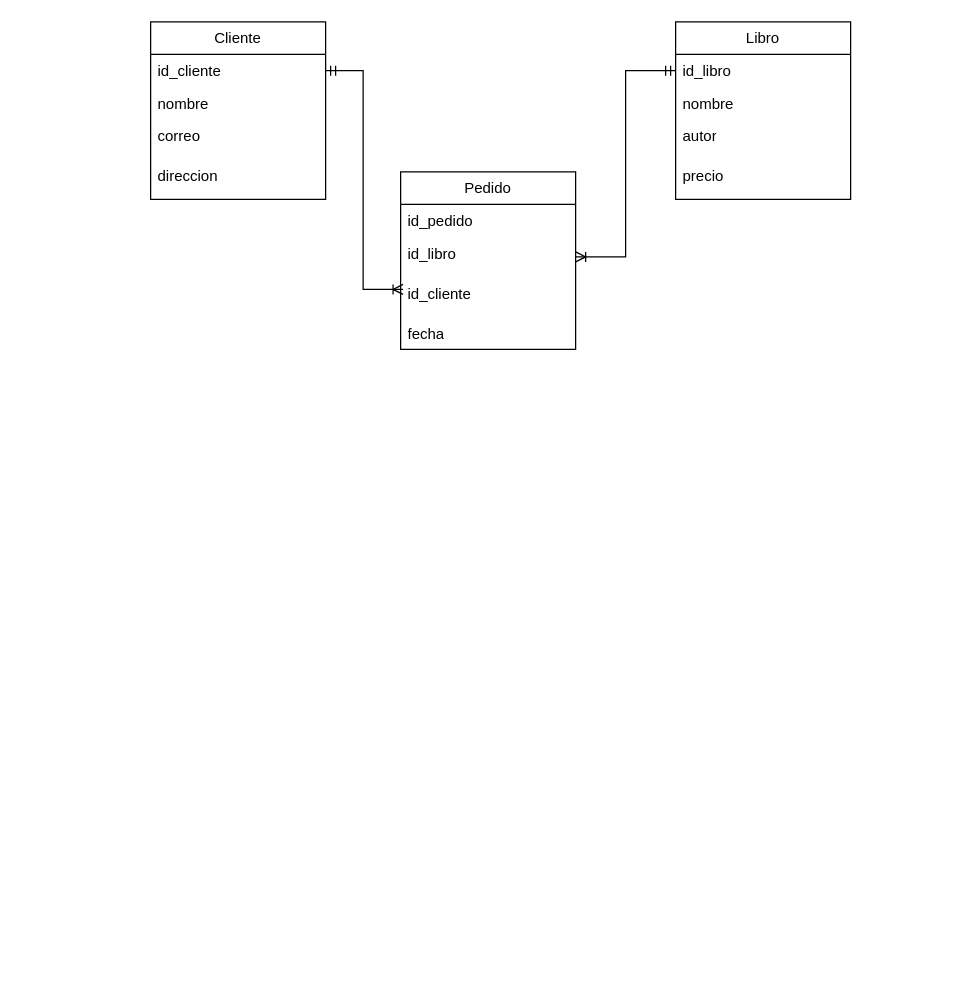
CiscoFsociety23/diagramas keeps this draw.io diagram as actividad_2-1.drawio. Above is the earlier version. Source tidied: cells renumbered, new cells numbered last; positions are measured from the earlier drawing's top-left corner, leaving out a move shared by most shapes. Both pictures are drawn from the tidied source at 125%, with x=0, y=0 at pixel (150, 21).
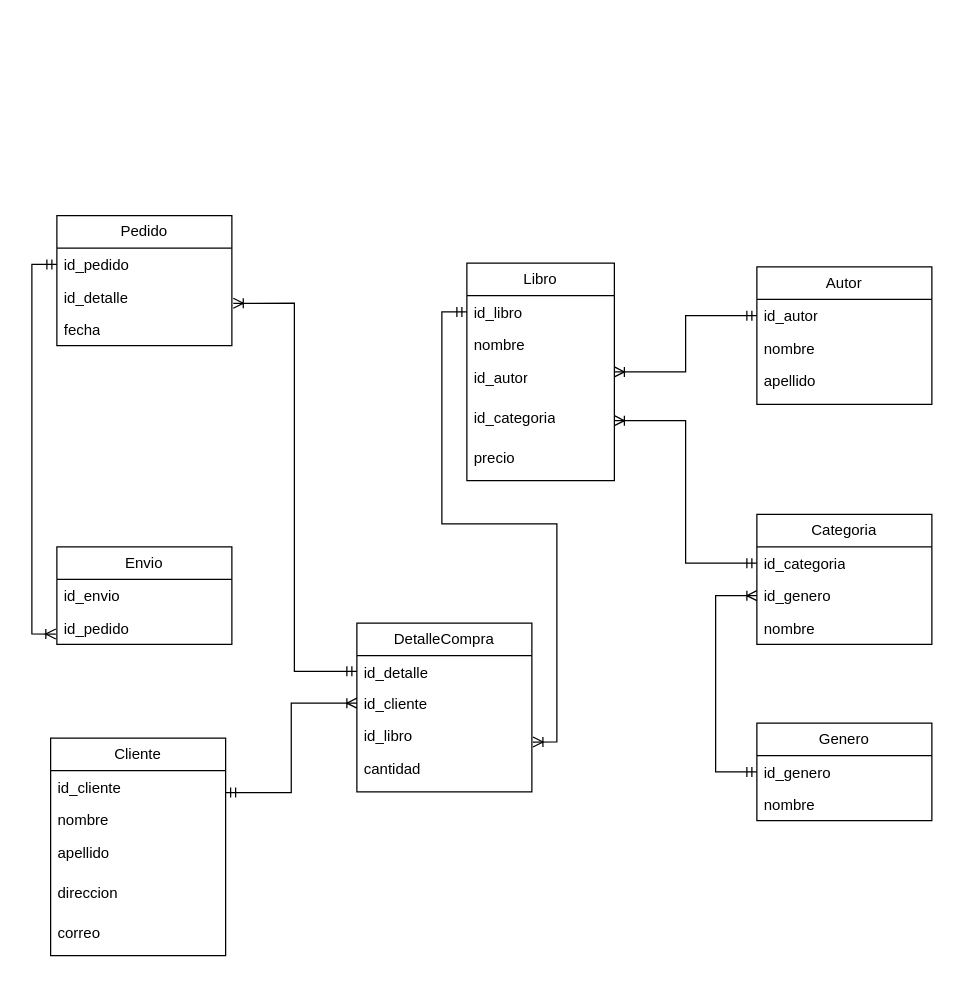
After the change.

Unchanged cells that the change refers to:
```xml
<mxCell id="3" value="id_cliente" style="text;strokeColor=none;fillColor=none;align=left;verticalAlign=top;spacingLeft=4;spacingRight=4;overflow=hidden;points=[[0,0.5],[1,0.5]];portConstraint=eastwest;whiteSpace=wrap;html=1;" parent="2" vertex="1">
  <mxGeometry y="26" width="140" height="26" as="geometry" />
</mxCell>
<mxCell id="13" value="id_pedido" style="text;strokeColor=none;fillColor=none;align=left;verticalAlign=top;spacingLeft=4;spacingRight=4;overflow=hidden;points=[[0,0.5],[1,0.5]];portConstraint=eastwest;whiteSpace=wrap;html=1;" parent="12" vertex="1">
  <mxGeometry y="26" width="140" height="26" as="geometry" />
</mxCell>
```

Diff of the diagram source:
```diff
@@
     <mxCell id="2" value="Cliente" style="swimlane;fontStyle=0;horizontal=1;startSize=26;fillColor=none;whiteSpace=wrap;html=1;" parent="1" vertex="1">
-      <mxGeometry width="140" height="142" as="geometry" />
+      <mxGeometry x="-80" y="573" width="140" height="174" as="geometry" />
     </mxCell>
@@
+    <mxCell id="19" value="apellido" style="text;strokeColor=none;fillColor=none;align=left;verticalAlign=top;spacingLeft=4;spacingRight=4;overflow=hidden;whiteSpace=wrap;html=1;" parent="2" vertex="1">
+      <mxGeometry y="78" width="140" height="32" as="geometry" />
+    </mxCell>
+    <mxCell id="6" value="direccion" style="text;strokeColor=none;fillColor=none;align=left;verticalAlign=top;spacingLeft=4;spacingRight=4;overflow=hidden;whiteSpace=wrap;html=1;" parent="2" vertex="1">
+      <mxGeometry y="110" width="140" height="32" as="geometry" />
+    </mxCell>
     <mxCell id="5" value="&lt;div&gt;correo&lt;/div&gt;" style="text;strokeColor=none;fillColor=none;align=left;verticalAlign=top;spacingLeft=4;spacingRight=4;overflow=hidden;whiteSpace=wrap;html=1;" parent="2" vertex="1">
-      <mxGeometry y="78" width="140" height="32" as="geometry" />
+      <mxGeometry y="142" width="140" height="32" as="geometry" />
     </mxCell>
-    <mxCell id="6" value="direccion" style="text;strokeColor=none;fillColor=none;align=left;verticalAlign=top;spacingLeft=4;spacingRight=4;overflow=hidden;whiteSpace=wrap;html=1;" parent="2" vertex="1">
-      <mxGeometry y="110" width="140" height="32" as="geometry" />
-    </mxCell>
+    <mxCell id="20" style="edgeStyle=orthogonalEdgeStyle;rounded=0;jettySize=auto;html=1;entryX=0;entryY=0.5;entryDx=0;entryDy=0;endArrow=ERmandOne;endFill=0;startArrow=ERoneToMany;startFill=0;" parent="1" edge="1" source="7" target="24">
+      <mxGeometry relative="1" as="geometry" />
+    </mxCell>
     <mxCell id="7" value="Libro" style="swimlane;fontStyle=0;horizontal=1;startSize=26;fillColor=none;whiteSpace=wrap;html=1;" parent="1" vertex="1">
-      <mxGeometry x="420" width="140" height="142" as="geometry" />
+      <mxGeometry x="253" y="193" width="118" height="174" as="geometry" />
     </mxCell>
     <mxCell id="8" value="id_libro" style="text;strokeColor=none;fillColor=none;align=left;verticalAlign=top;spacingLeft=4;spacingRight=4;overflow=hidden;points=[[0,0.5],[1,0.5]];portConstraint=eastwest;whiteSpace=wrap;html=1;" parent="7" vertex="1">
-      <mxGeometry y="26" width="140" height="26" as="geometry" />
+      <mxGeometry y="26" width="118" height="26" as="geometry" />
     </mxCell>
     <mxCell id="9" value="nombre" style="text;strokeColor=none;fillColor=none;align=left;verticalAlign=top;spacingLeft=4;spacingRight=4;overflow=hidden;whiteSpace=wrap;html=1;" parent="7" vertex="1">
-      <mxGeometry y="52" width="140" height="26" as="geometry" />
+      <mxGeometry y="52" width="118" height="26" as="geometry" />
     </mxCell>
-    <mxCell id="10" value="autor" style="text;strokeColor=none;fillColor=none;align=left;verticalAlign=top;spacingLeft=4;spacingRight=4;overflow=hidden;whiteSpace=wrap;html=1;" parent="7" vertex="1">
-      <mxGeometry y="78" width="140" height="32" as="geometry" />
+    <mxCell id="10" value="id_autor" style="text;strokeColor=none;fillColor=none;align=left;verticalAlign=top;spacingLeft=4;spacingRight=4;overflow=hidden;whiteSpace=wrap;html=1;" parent="7" vertex="1">
+      <mxGeometry y="78" width="118" height="32" as="geometry" />
     </mxCell>
-    <mxCell id="11" value="precio" style="text;strokeColor=none;fillColor=none;align=left;verticalAlign=top;spacingLeft=4;spacingRight=4;overflow=hidden;points=[[0,0.5],[1,0.5]];portConstraint=eastwest;whiteSpace=wrap;html=1;" parent="7" vertex="1">
-      <mxGeometry y="110" width="140" height="32" as="geometry" />
+    <mxCell id="11" value="id_categoria" style="text;strokeColor=none;fillColor=none;align=left;verticalAlign=top;spacingLeft=4;spacingRight=4;overflow=hidden;points=[[0,0.5],[1,0.5]];portConstraint=eastwest;whiteSpace=wrap;html=1;" parent="7" vertex="1">
+      <mxGeometry y="110" width="118" height="32" as="geometry" />
     </mxCell>
+    <mxCell id="21" value="precio" style="text;strokeColor=none;fillColor=none;align=left;verticalAlign=top;spacingLeft=4;spacingRight=4;overflow=hidden;whiteSpace=wrap;html=1;" parent="7" vertex="1">
+      <mxGeometry y="142" width="118" height="32" as="geometry" />
+    </mxCell>
     <mxCell id="12" value="Pedido" style="swimlane;fontStyle=0;horizontal=1;startSize=26;fillColor=none;whiteSpace=wrap;html=1;" parent="1" vertex="1">
-      <mxGeometry x="200" y="120" width="140" height="142" as="geometry" />
+      <mxGeometry x="-75" y="155" width="140" height="104" as="geometry" />
     </mxCell>
@@
+    <mxCell id="22" value="id_detalle" style="text;strokeColor=none;fillColor=none;align=left;verticalAlign=top;spacingLeft=4;spacingRight=4;overflow=hidden;points=[[0,0.5],[1,0.5]];portConstraint=eastwest;whiteSpace=wrap;html=1;" parent="12" vertex="1">
+      <mxGeometry y="52" width="140" height="26" as="geometry" />
+    </mxCell>
+    <mxCell id="16" value="fecha" style="text;strokeColor=none;fillColor=none;align=left;verticalAlign=top;spacingLeft=4;spacingRight=4;overflow=hidden;whiteSpace=wrap;html=1;" parent="12" vertex="1">
+      <mxGeometry y="78" width="140" height="26" as="geometry" />
+    </mxCell>
+    <mxCell id="23" value="Autor" style="swimlane;fontStyle=0;horizontal=1;startSize=26;fillColor=none;whiteSpace=wrap;html=1;" parent="1" vertex="1">
+      <mxGeometry x="485" y="196" width="140" height="110" as="geometry" />
+    </mxCell>
+    <mxCell id="24" value="id_autor" style="text;strokeColor=none;fillColor=none;align=left;verticalAlign=top;spacingLeft=4;spacingRight=4;overflow=hidden;points=[[0,0.5],[1,0.5]];portConstraint=eastwest;whiteSpace=wrap;html=1;" parent="23" vertex="1">
+      <mxGeometry y="26" width="140" height="26" as="geometry" />
+    </mxCell>
+    <mxCell id="25" value="nombre" style="text;strokeColor=none;fillColor=none;align=left;verticalAlign=top;spacingLeft=4;spacingRight=4;overflow=hidden;whiteSpace=wrap;html=1;" parent="23" vertex="1">
+      <mxGeometry y="52" width="140" height="26" as="geometry" />
+    </mxCell>
+    <mxCell id="26" value="apellido" style="text;strokeColor=none;fillColor=none;align=left;verticalAlign=top;spacingLeft=4;spacingRight=4;overflow=hidden;whiteSpace=wrap;html=1;" parent="23" vertex="1">
+      <mxGeometry y="78" width="140" height="32" as="geometry" />
+    </mxCell>
+    <mxCell id="27" value="Categoria" style="swimlane;fontStyle=0;horizontal=1;startSize=26;fillColor=none;whiteSpace=wrap;html=1;" parent="1" vertex="1">
+      <mxGeometry x="485" y="394" width="140" height="104" as="geometry" />
+    </mxCell>
+    <mxCell id="28" value="id_categoria" style="text;strokeColor=none;fillColor=none;align=left;verticalAlign=top;spacingLeft=4;spacingRight=4;overflow=hidden;points=[[0,0.5],[1,0.5]];portConstraint=eastwest;whiteSpace=wrap;html=1;" parent="27" vertex="1">
+      <mxGeometry y="26" width="140" height="26" as="geometry" />
+    </mxCell>
+    <mxCell id="29" value="id_genero" style="text;strokeColor=none;fillColor=none;align=left;verticalAlign=top;spacingLeft=4;spacingRight=4;overflow=hidden;points=[[0,0.5],[1,0.5]];portConstraint=eastwest;whiteSpace=wrap;html=1;" parent="27" vertex="1">
+      <mxGeometry y="52" width="140" height="26" as="geometry" />
+    </mxCell>
+    <mxCell id="30" value="nombre" style="text;strokeColor=none;fillColor=none;align=left;verticalAlign=top;spacingLeft=4;spacingRight=4;overflow=hidden;whiteSpace=wrap;html=1;" parent="27" vertex="1">
+      <mxGeometry y="78" width="140" height="26" as="geometry" />
+    </mxCell>
+    <mxCell id="31" style="edgeStyle=orthogonalEdgeStyle;rounded=0;jettySize=auto;html=1;entryX=0;entryY=0.5;entryDx=0;entryDy=0;exitX=1;exitY=0.5;exitDx=0;exitDy=0;endArrow=ERmandOne;endFill=0;startArrow=ERoneToMany;startFill=0;" parent="1" edge="1" source="11" target="28">
+      <mxGeometry relative="1" as="geometry" />
+    </mxCell>
+    <mxCell id="32" value="Envio" style="swimlane;fontStyle=0;horizontal=1;startSize=26;fillColor=none;whiteSpace=wrap;html=1;" parent="1" vertex="1">
+      <mxGeometry x="-75" y="420" width="140" height="78" as="geometry" />
+    </mxCell>
+    <mxCell id="33" value="id_envio" style="text;strokeColor=none;fillColor=none;align=left;verticalAlign=top;spacingLeft=4;spacingRight=4;overflow=hidden;whiteSpace=wrap;html=1;" parent="32" vertex="1">
+      <mxGeometry y="26" width="140" height="26" as="geometry" />
+    </mxCell>
+    <mxCell id="34" value="id_pedido" style="text;strokeColor=none;fillColor=none;align=left;verticalAlign=top;spacingLeft=4;spacingRight=4;overflow=hidden;points=[[0,0.5],[1,0.5]];portConstraint=eastwest;whiteSpace=wrap;html=1;" parent="32" vertex="1">
+      <mxGeometry y="52" width="140" height="26" as="geometry" />
+    </mxCell>
+    <mxCell id="35" value="&lt;div&gt;DetalleCompra&lt;br&gt;&lt;/div&gt;" style="swimlane;fontStyle=0;horizontal=1;startSize=26;fillColor=none;whiteSpace=wrap;html=1;" parent="1" vertex="1">
+      <mxGeometry x="165" y="481" width="140" height="135" as="geometry" />
+    </mxCell>
+    <mxCell id="36" value="id_detalle" style="text;strokeColor=none;fillColor=none;align=left;verticalAlign=top;spacingLeft=4;spacingRight=4;overflow=hidden;points=[[0,0.5],[1,0.5]];portConstraint=eastwest;whiteSpace=wrap;html=1;" parent="35" vertex="1">
+      <mxGeometry y="26" width="140" height="25" as="geometry" />
+    </mxCell>
+    <mxCell id="15" value="id_cliente" style="text;strokeColor=none;fillColor=none;align=left;verticalAlign=top;spacingLeft=4;spacingRight=4;overflow=hidden;points=[[0,0.5],[1,0.5]];portConstraint=eastwest;whiteSpace=wrap;html=1;" parent="35" vertex="1">
+      <mxGeometry y="51" width="140" height="26" as="geometry" />
+    </mxCell>
-    <mxCell id="14" value="id_libro" style="text;strokeColor=none;fillColor=none;align=left;verticalAlign=top;spacingLeft=4;spacingRight=4;overflow=hidden;points=[[0,0.5],[1,0.5]];portConstraint=eastwest;whiteSpace=wrap;html=1;" parent="12" vertex="1">
-      <mxGeometry y="52" width="140" height="32" as="geometry" />
+    <mxCell id="14" value="id_libro" style="text;strokeColor=none;fillColor=none;align=left;verticalAlign=top;spacingLeft=4;spacingRight=4;overflow=hidden;points=[[0,0.5],[1,0.5]];portConstraint=eastwest;whiteSpace=wrap;html=1;" parent="35" vertex="1">
+      <mxGeometry y="77" width="140" height="26" as="geometry" />
     </mxCell>
-    <mxCell id="15" value="id_cliente" style="text;strokeColor=none;fillColor=none;align=left;verticalAlign=top;spacingLeft=4;spacingRight=4;overflow=hidden;points=[[0,0.5],[1,0.5]];portConstraint=eastwest;whiteSpace=wrap;html=1;" parent="12" vertex="1">
-      <mxGeometry y="84" width="140" height="32" as="geometry" />
-    </mxCell>
-    <mxCell id="16" value="fecha" style="text;strokeColor=none;fillColor=none;align=left;verticalAlign=top;spacingLeft=4;spacingRight=4;overflow=hidden;whiteSpace=wrap;html=1;" parent="12" vertex="1">
-      <mxGeometry y="116" width="140" height="26" as="geometry" />
-    </mxCell>
-    <mxCell id="17" style="edgeStyle=orthogonalEdgeStyle;rounded=0;jettySize=auto;html=1;entryX=0.014;entryY=0.313;entryDx=0;entryDy=0;entryPerimeter=0;exitX=1;exitY=0.5;exitDx=0;exitDy=0;endArrow=ERoneToMany;endFill=0;startArrow=ERmandOne;startFill=0;" parent="1" edge="1" source="3" target="15">
-      <mxGeometry relative="1" as="geometry" />
-    </mxCell>
+    <mxCell id="37" value="cantidad" style="text;strokeColor=none;fillColor=none;align=left;verticalAlign=top;spacingLeft=4;spacingRight=4;overflow=hidden;whiteSpace=wrap;html=1;" parent="35" vertex="1">
+      <mxGeometry y="103" width="140" height="32" as="geometry" />
+    </mxCell>
+    <mxCell id="38" style="edgeStyle=orthogonalEdgeStyle;rounded=0;jettySize=auto;html=1;entryX=1.008;entryY=0.698;entryDx=0;entryDy=0;entryPerimeter=0;endArrow=ERoneToMany;endFill=0;startArrow=ERmandOne;startFill=0;" parent="1" edge="1" source="36" target="22">
+      <mxGeometry relative="1" as="geometry" />
+    </mxCell>
-    <mxCell id="18" style="edgeStyle=orthogonalEdgeStyle;rounded=0;jettySize=auto;html=1;entryX=1;entryY=0.5;entryDx=0;entryDy=0;exitX=0;exitY=0.5;exitDx=0;exitDy=0;endArrow=ERoneToMany;endFill=0;startArrow=ERmandOne;startFill=0;" parent="1" edge="1" source="8" target="14">
+    <mxCell id="18" style="edgeStyle=orthogonalEdgeStyle;rounded=0;jettySize=auto;html=1;entryX=1.006;entryY=0.698;entryDx=0;entryDy=0;entryPerimeter=0;endArrow=ERoneToMany;endFill=0;startArrow=ERmandOne;startFill=0;" parent="1" edge="1" source="8" target="14">
       <mxGeometry relative="1" as="geometry" />
     </mxCell>
+    <mxCell id="39" style="edgeStyle=orthogonalEdgeStyle;rounded=0;jettySize=auto;html=1;entryX=1;entryY=0.25;entryDx=0;entryDy=0;endArrow=ERmandOne;endFill=0;startArrow=ERoneToMany;startFill=0;" parent="1" edge="1" source="15" target="2">
+      <mxGeometry relative="1" as="geometry" />
+    </mxCell>
+    <mxCell id="40" style="edgeStyle=orthogonalEdgeStyle;rounded=0;jettySize=auto;html=1;entryX=-0.006;entryY=0.681;entryDx=0;entryDy=0;entryPerimeter=0;endArrow=ERoneToMany;endFill=0;startArrow=ERmandOne;startFill=0;" parent="1" edge="1" source="13" target="34">
+      <mxGeometry relative="1" as="geometry" />
+    </mxCell>
+    <mxCell id="41" value="Genero" style="swimlane;fontStyle=0;horizontal=1;startSize=26;fillColor=none;whiteSpace=wrap;html=1;" parent="1" vertex="1">
+      <mxGeometry x="485" y="561" width="140" height="78" as="geometry" />
+    </mxCell>
+    <mxCell id="42" value="id_genero" style="text;strokeColor=none;fillColor=none;align=left;verticalAlign=top;spacingLeft=4;spacingRight=4;overflow=hidden;points=[[0,0.5],[1,0.5]];portConstraint=eastwest;whiteSpace=wrap;html=1;" parent="41" vertex="1">
+      <mxGeometry y="26" width="140" height="26" as="geometry" />
+    </mxCell>
+    <mxCell id="43" value="nombre" style="text;strokeColor=none;fillColor=none;align=left;verticalAlign=top;spacingLeft=4;spacingRight=4;overflow=hidden;whiteSpace=wrap;html=1;" parent="41" vertex="1">
+      <mxGeometry y="52" width="140" height="26" as="geometry" />
+    </mxCell>
+    <mxCell id="44" style="edgeStyle=orthogonalEdgeStyle;rounded=0;jettySize=auto;html=1;entryX=0;entryY=0.5;entryDx=0;entryDy=0;endArrow=ERmandOne;endFill=0;startArrow=ERoneToMany;startFill=0;" parent="1" edge="1" source="29" target="42">
+      <mxGeometry relative="1" as="geometry">
+        <Array as="points">
+          <mxPoint x="452" y="459" />
+          <mxPoint x="452" y="600" />
+        </Array>
+      </mxGeometry>
+    </mxCell>
```
